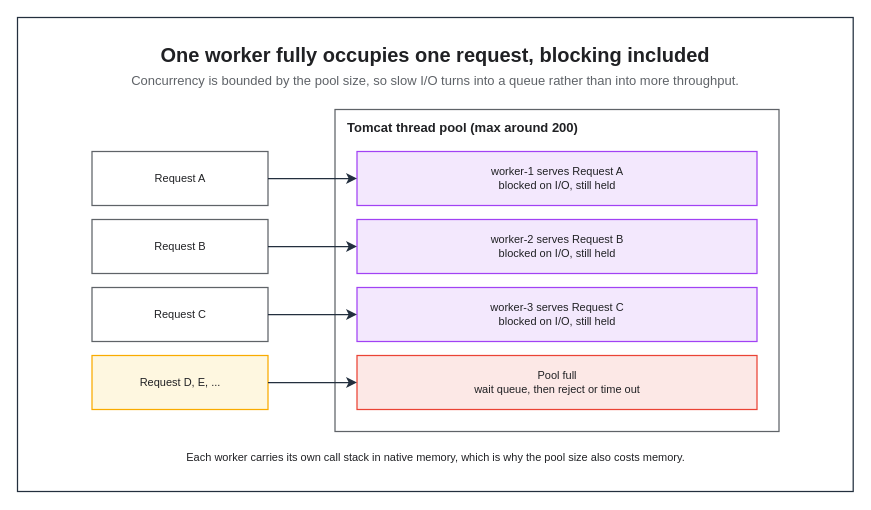
Before: assets/img/spring/spring-06-thread-per-request.drawio in KKamJi98/kkamji98.github.io, a draw.io diagram. Source tidied: cells renumbered, new cells numbered last; positions are measured from the earlier drawing's top-left corner, leaving out a move shared by most shapes. Both pictures are drawn from the tidied source at 100%, with x=0, y=0 at pixel (17, 17).
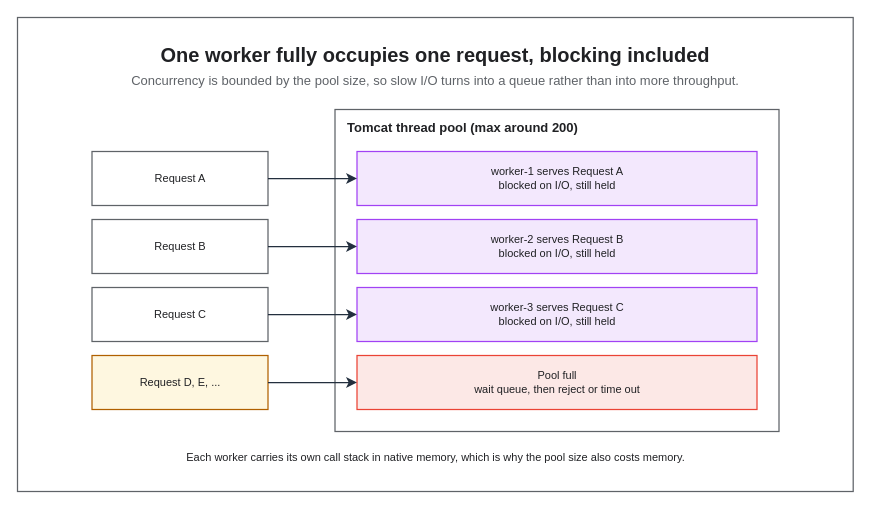
After the change.

What changed in the source:
```diff
@@
 <mxGraphModel background="#FFFFFF">
   <root>
     <mxCell id="0" />
     <mxCell id="1" parent="0" />
-    <mxCell id="2" style="rounded=0;html=0;fillColor=none;strokeColor=#232F3E;fontColor=#202124;strokeWidth=1.25;" parent="1" vertex="1">
+    <mxCell id="2" style="rounded=0;html=0;fillColor=none;strokeColor=#5F6368;fontColor=#202124;strokeWidth=1.25;" parent="1" vertex="1">
       <mxGeometry width="835.7" height="474" as="geometry" />
     </mxCell>
     <mxCell id="3" value="One worker fully occupies one request, blocking included" style="text;html=0;whiteSpace=wrap;fillColor=none;strokeColor=none;fontColor=#202124;fontSize=20;fontStyle=1;align=center;verticalAlign=middle;" parent="1" vertex="1">
       <mxGeometry x="22" y="22" width="791.7" height="30" as="geometry" />
     </mxCell>
     <mxCell id="4" value="Concurrency is bounded by the pool size, so slow I/O turns into a queue rather than into more throughput." style="text;html=0;whiteSpace=wrap;fillColor=none;strokeColor=none;fontColor=#5F6368;fontSize=13;fontStyle=0;align=center;verticalAlign=middle;" parent="1" vertex="1">
       <mxGeometry x="22" y="52" width="791.7" height="22" as="geometry" />
     </mxCell>
     <mxCell id="5" value="Tomcat thread pool (max around 200)" style="rounded=0;whiteSpace=wrap;html=0;fillColor=none;strokeColor=#5F6368;fontColor=#202124;fontSize=13;fontStyle=1;align=left;verticalAlign=top;spacingLeft=10;spacingTop=4;strokeWidth=1.25;dashed=0;" parent="1" vertex="1">
       <mxGeometry x="317.5" y="92" width="444" height="322" as="geometry" />
     </mxCell>
     <mxCell id="6" value="Request A" style="rounded=0;whiteSpace=wrap;html=0;fillColor=#FFFFFF;strokeColor=#5F6368;fontColor=#202124;fontSize=11;fontStyle=0;align=center;verticalAlign=middle;spacingLeft=6;spacingRight=6;strokeWidth=1.25;" parent="1" vertex="1">
       <mxGeometry x="74.5" y="134" width="176" height="54" as="geometry" />
     </mxCell>
     <mxCell id="7" value="Request B" style="rounded=0;whiteSpace=wrap;html=0;fillColor=#FFFFFF;strokeColor=#5F6368;fontColor=#202124;fontSize=11;fontStyle=0;align=center;verticalAlign=middle;spacingLeft=6;spacingRight=6;strokeWidth=1.25;" parent="1" vertex="1">
       <mxGeometry x="74.5" y="202" width="176" height="54" as="geometry" />
     </mxCell>
     <mxCell id="8" value="Request C" style="rounded=0;whiteSpace=wrap;html=0;fillColor=#FFFFFF;strokeColor=#5F6368;fontColor=#202124;fontSize=11;fontStyle=0;align=center;verticalAlign=middle;spacingLeft=6;spacingRight=6;strokeWidth=1.25;" parent="1" vertex="1">
       <mxGeometry x="74.5" y="270" width="176" height="54" as="geometry" />
     </mxCell>
-    <mxCell id="9" value="Request D, E, ..." style="rounded=0;whiteSpace=wrap;html=0;fillColor=#FEF7E0;strokeColor=#F9AB00;fontColor=#202124;fontSize=11;fontStyle=0;align=center;verticalAlign=middle;spacingLeft=6;spacingRight=6;strokeWidth=1.25;" parent="1" vertex="1">
+    <mxCell id="9" value="Request D, E, ..." style="rounded=0;whiteSpace=wrap;html=0;fillColor=#FEF7E0;strokeColor=#B06000;fontColor=#202124;fontSize=11;fontStyle=0;align=center;verticalAlign=middle;spacingLeft=6;spacingRight=6;strokeWidth=1.25;" parent="1" vertex="1">
       <mxGeometry x="74.5" y="338" width="176" height="54" as="geometry" />
     </mxCell>
     <mxCell id="10" value="worker-1 serves Request A&#10;blocked on I/O, still held" style="rounded=0;whiteSpace=wrap;html=0;fillColor=#F3E8FD;strokeColor=#A142F4;fontColor=#202124;fontSize=11;fontStyle=0;align=center;verticalAlign=middle;spacingLeft=6;spacingRight=6;strokeWidth=1.25;" parent="1" vertex="1">
       <mxGeometry x="339.5" y="134" width="400" height="54" as="geometry" />
     </mxCell>
     <mxCell id="11" value="worker-2 serves Request B&#10;blocked on I/O, still held" style="rounded=0;whiteSpace=wrap;html=0;fillColor=#F3E8FD;strokeColor=#A142F4;fontColor=#202124;fontSize=11;fontStyle=0;align=center;verticalAlign=middle;spacingLeft=6;spacingRight=6;strokeWidth=1.25;" parent="1" vertex="1">
       <mxGeometry x="339.5" y="202" width="400" height="54" as="geometry" />
     </mxCell>
     <mxCell id="12" value="worker-3 serves Request C&#10;blocked on I/O, still held" style="rounded=0;whiteSpace=wrap;html=0;fillColor=#F3E8FD;strokeColor=#A142F4;fontColor=#202124;fontSize=11;fontStyle=0;align=center;verticalAlign=middle;spacingLeft=6;spacingRight=6;strokeWidth=1.25;" parent="1" vertex="1">
       <mxGeometry x="339.5" y="270" width="400" height="54" as="geometry" />
     </mxCell>
     <mxCell id="13" value="Pool full&#10;wait queue, then reject or time out" style="rounded=0;whiteSpace=wrap;html=0;fillColor=#FCE8E6;strokeColor=#EA4335;fontColor=#202124;fontSize=11;fontStyle=0;align=center;verticalAlign=middle;spacingLeft=6;spacingRight=6;strokeWidth=1.25;" parent="1" vertex="1">
       <mxGeometry x="339.5" y="338" width="400" height="54" as="geometry" />
     </mxCell>
     <mxCell id="14" value="Each worker carries its own call stack in native memory, which is why the pool size also costs memory." style="text;html=0;whiteSpace=wrap;fillColor=none;strokeColor=none;fontColor=#202124;fontSize=11;fontStyle=0;align=center;verticalAlign=middle;" parent="1" vertex="1">
       <mxGeometry x="64.5" y="428" width="707" height="24" as="geometry" />
     </mxCell>
     <mxCell id="15" style="edgeStyle=orthogonalEdgeStyle;rounded=0;html=0;strokeColor=#232F3E;strokeWidth=1.25;endArrow=classic;endFill=1;endSize=7;fontSize=11;fontColor=#202124;labelBackgroundColor=none;jettySize=14;exitX=1;exitY=0.5;entryX=0;entryY=0.5;exitDx=0;exitDy=0;entryDx=0;entryDy=0;" parent="1" edge="1" source="6" target="10">
       <mxGeometry relative="1" as="geometry" />
     </mxCell>
     <mxCell id="16" style="edgeStyle=orthogonalEdgeStyle;rounded=0;html=0;strokeColor=#232F3E;strokeWidth=1.25;endArrow=classic;endFill=1;endSize=7;fontSize=11;fontColor=#202124;labelBackgroundColor=none;jettySize=14;exitX=1;exitY=0.5;entryX=0;entryY=0.5;exitDx=0;exitDy=0;entryDx=0;entryDy=0;" parent="1" edge="1" source="7" target="11">
       <mxGeometry relative="1" as="geometry" />
     </mxCell>
     <mxCell id="17" style="edgeStyle=orthogonalEdgeStyle;rounded=0;html=0;strokeColor=#232F3E;strokeWidth=1.25;endArrow=classic;endFill=1;endSize=7;fontSize=11;fontColor=#202124;labelBackgroundColor=none;jettySize=14;exitX=1;exitY=0.5;entryX=0;entryY=0.5;exitDx=0;exitDy=0;entryDx=0;entryDy=0;" parent="1" edge="1" source="8" target="12">
       <mxGeometry relative="1" as="geometry" />
     </mxCell>
     <mxCell id="18" style="edgeStyle=orthogonalEdgeStyle;rounded=0;html=0;strokeColor=#232F3E;strokeWidth=1.25;endArrow=classic;endFill=1;endSize=7;fontSize=11;fontColor=#202124;labelBackgroundColor=none;jettySize=14;exitX=1;exitY=0.5;entryX=0;entryY=0.5;exitDx=0;exitDy=0;entryDx=0;entryDy=0;" parent="1" edge="1" source="9" target="13">
       <mxGeometry relative="1" as="geometry" />
     </mxCell>
   </root>
 </mxGraphModel>
```
